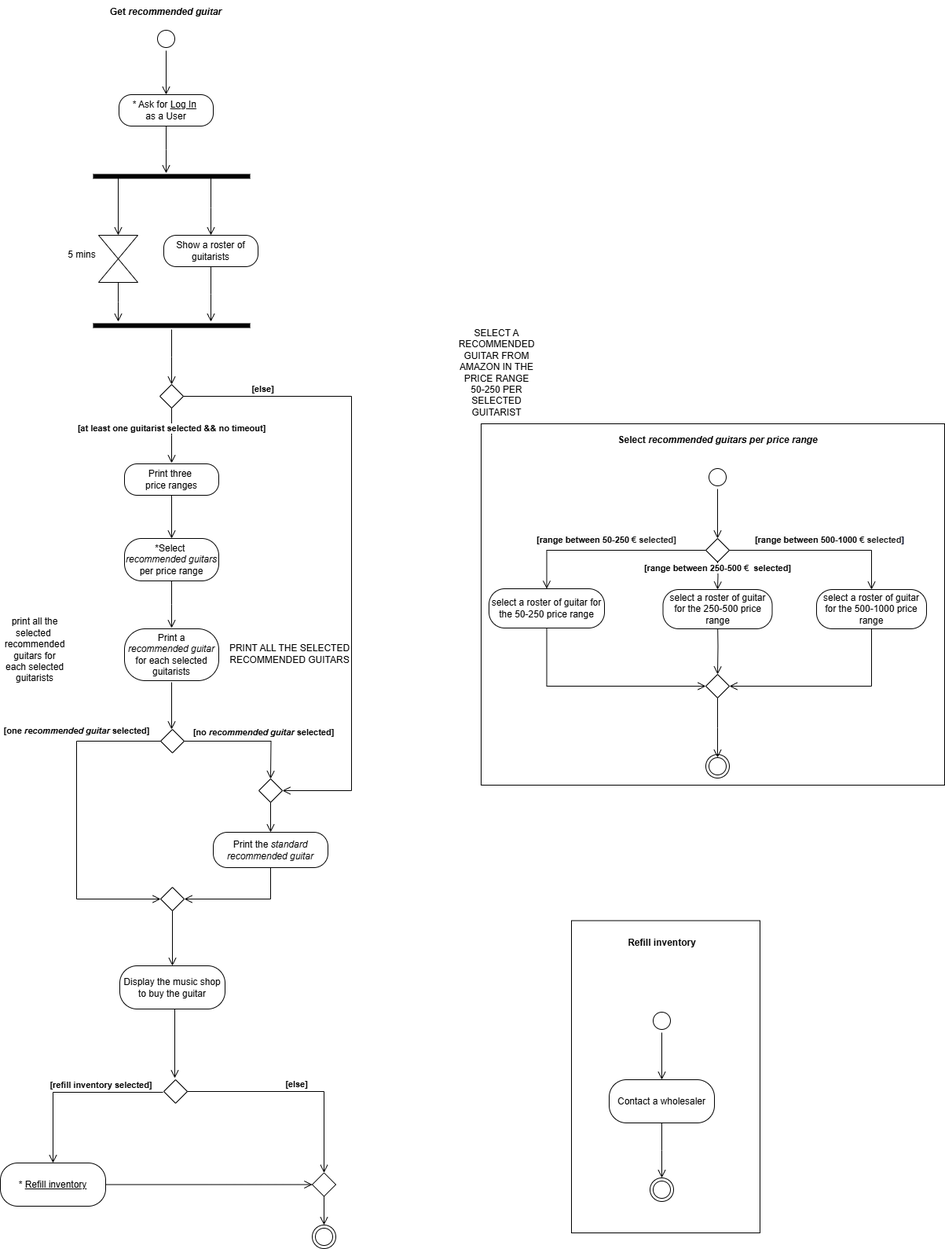
This is diagrams/ActivityDiagramM.drawio.png from TizianoLilli/ISPW-Project, a draw.io export, as it was before one commit. Source tidied: cells renumbered, new cells last; positions are measured from the earlier drawing's top-left corner, leaving out a move shared by most shapes.
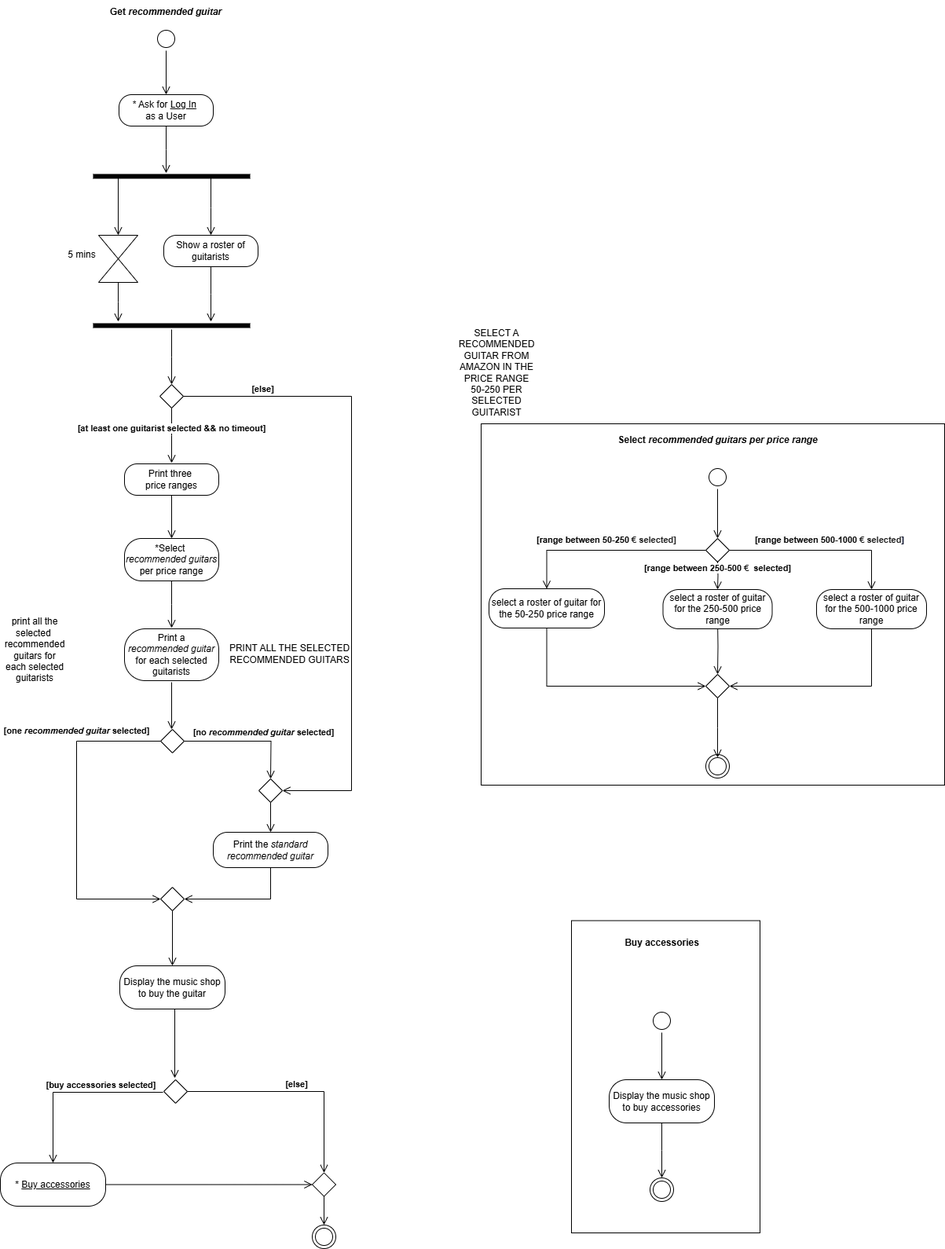
After the commit.

What changed in the source:
```diff
@@ -249,7 +249,7 @@
         </Array>
       </mxGeometry>
     </mxCell>
-    <mxCell id="64" value="&lt;b&gt;[refill inventory selected]&lt;/b&gt;" style="edgeStyle=orthogonalEdgeStyle;html=1;verticalAlign=bottom;endArrow=open;endSize=8;rounded=0;labelBackgroundColor=none;fontColor=default;" parent="1" edge="1">
+    <mxCell id="64" value="&lt;b&gt;[buy accessories selected]&lt;/b&gt;" style="edgeStyle=orthogonalEdgeStyle;html=1;verticalAlign=bottom;endArrow=open;endSize=8;rounded=0;labelBackgroundColor=none;fontColor=default;" parent="1" edge="1">
       <mxGeometry x="-0.31" relative="1" as="geometry">
         <mxPoint x="207" y="1390" as="sourcePoint" />
         <mxPoint x="67" y="1480" as="targetPoint" />
@@ -258,7 +258,7 @@
         </Array>
       </mxGeometry>
     </mxCell>
-    <mxCell id="65" value="*&amp;nbsp;&lt;u&gt;Refill inventory&lt;/u&gt;" style="rounded=1;whiteSpace=wrap;html=1;arcSize=40;labelBackgroundColor=none;" parent="1" vertex="1">
+    <mxCell id="65" value="* &lt;u&gt;Buy accessories&lt;/u&gt;" style="rounded=1;whiteSpace=wrap;html=1;arcSize=40;labelBackgroundColor=none;" parent="1" vertex="1">
       <mxGeometry y="1480" width="134" height="55" as="geometry" />
     </mxCell>
     <mxCell id="66" style="rhombus;whiteSpace=wrap;html=1;labelBackgroundColor=none;" parent="1" vertex="1">
@@ -276,7 +276,7 @@
     <mxCell id="70" style="edgeStyle=orthogonalEdgeStyle;html=1;verticalAlign=bottom;endArrow=open;endSize=8;rounded=0;labelBackgroundColor=none;fontColor=default;exitX=0.5;exitY=1;exitDx=0;exitDy=0;entryX=0.5;entryY=0;entryDx=0;entryDy=0;" parent="1" edge="1" source="69" target="71">
       <mxGeometry relative="1" as="geometry" />
     </mxCell>
-    <mxCell id="71" value="Contact a wholesaler" style="rounded=1;whiteSpace=wrap;html=1;arcSize=40;labelBackgroundColor=none;" parent="1" vertex="1">
+    <mxCell id="71" value="Display the music shop&lt;div&gt;to buy accessories&lt;/div&gt;" style="rounded=1;whiteSpace=wrap;html=1;arcSize=40;labelBackgroundColor=none;" parent="1" vertex="1">
       <mxGeometry x="775" y="1374" width="134" height="55" as="geometry" />
     </mxCell>
     <mxCell id="72" style="edgeStyle=orthogonalEdgeStyle;html=1;verticalAlign=bottom;endArrow=open;endSize=8;rounded=0;labelBackgroundColor=none;fontColor=default;exitX=0.5;exitY=1;exitDx=0;exitDy=0;" parent="1" edge="1" source="71">
@@ -287,7 +287,7 @@
     <mxCell id="73" style="ellipse;html=1;shape=endState;labelBackgroundColor=none;" parent="1" vertex="1">
       <mxGeometry x="827" y="1499" width="30" height="30" as="geometry" />
     </mxCell>
-    <mxCell id="74" value="&lt;div&gt;Refill inventory&lt;/div&gt;" style="text;align=center;fontStyle=1;verticalAlign=middle;spacingLeft=3;spacingRight=3;strokeColor=none;html=1;labelBackgroundColor=none;" parent="1" vertex="1">
+    <mxCell id="74" value="&lt;div&gt;Buy accessories&lt;/div&gt;" style="text;align=center;fontStyle=1;verticalAlign=middle;spacingLeft=3;spacingRight=3;strokeColor=none;html=1;labelBackgroundColor=none;" parent="1" vertex="1">
       <mxGeometry x="607" y="1179" width="470" height="41" as="geometry" />
     </mxCell>
   </root>
```
